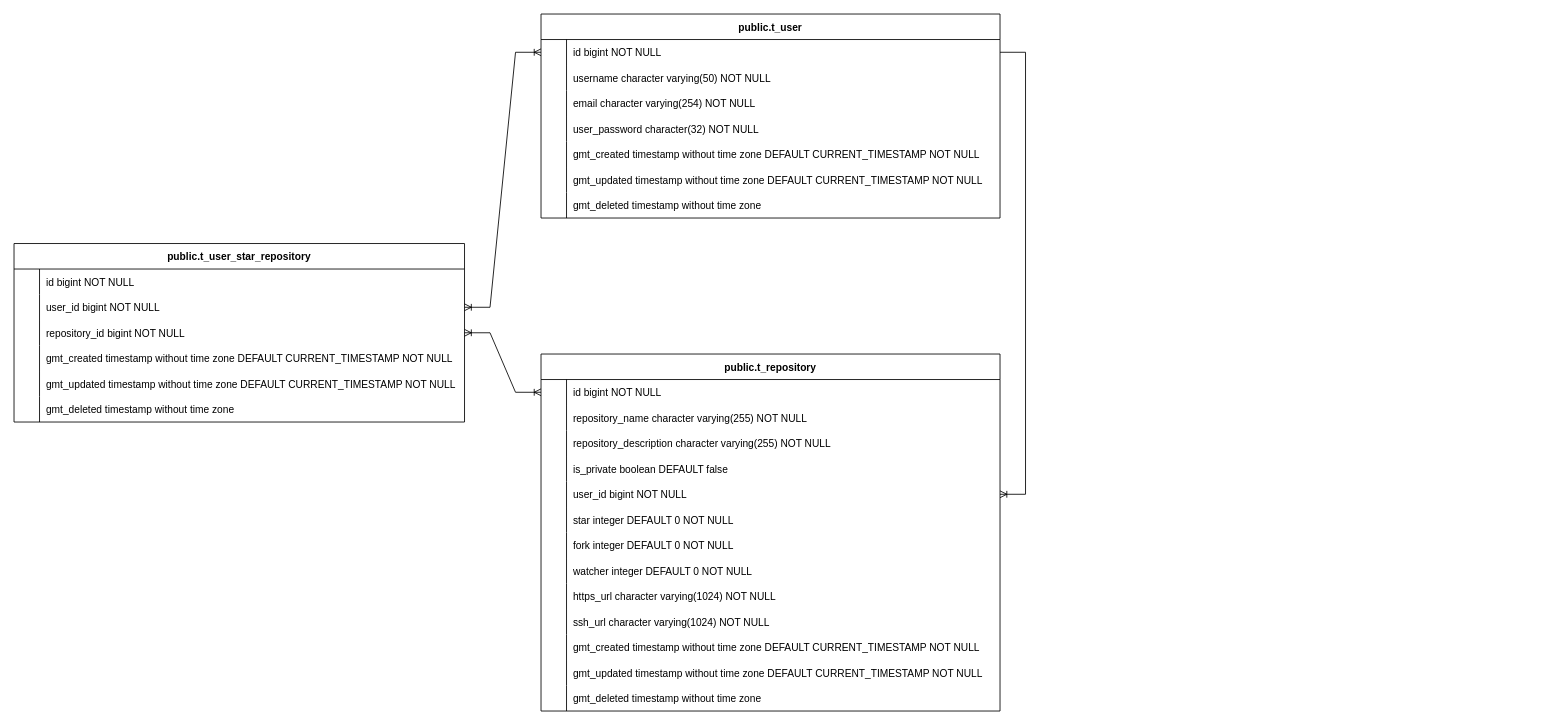
Above: database/diagram/gcs_back_end.drawio in CMIPT/gcs-back-end (draw.io), before the change. Source tidied: cells renumbered, new cells numbered last; positions are measured from the earlier drawing's top-left corner, leaving out a move shared by most shapes. Both pictures are drawn from the tidied source at 85%, with x=0, y=0 at pixel (14, 14).
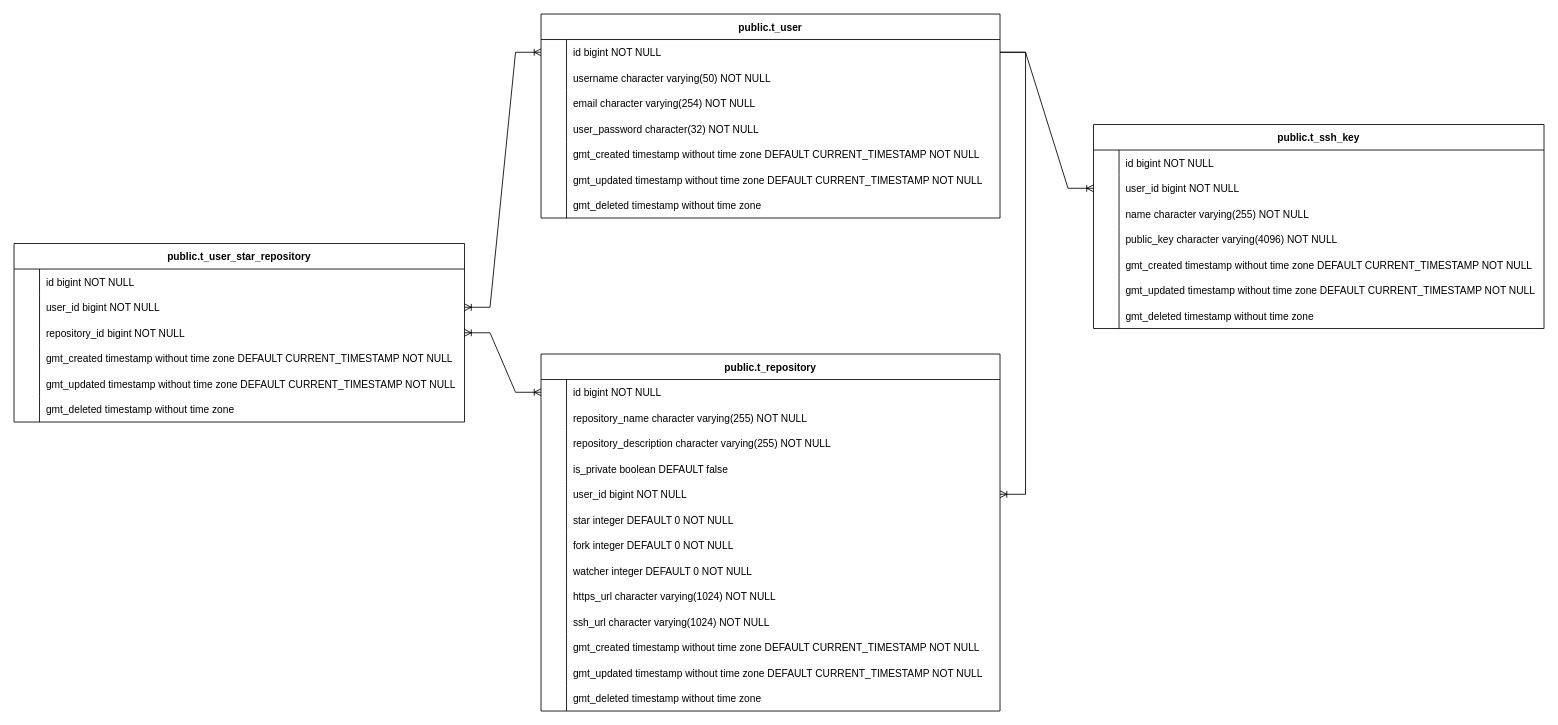
The same diagram, later.

Commit message (it also covers changes not shown here):
Add a new table to the ER diagram

We added a new table to maintain the user's key,so we added this part
to the ER diagram.
See #52.

The change refers to these unchanged cells:
```xml
<mxCell id="4" style="shape=tableRow;horizontal=0;startSize=0;swimlaneHead=0;swimlaneBody=0;fillColor=none;points=[[0,0.5],[1,0.5]];portConstraint=eastwest;strokeColor=inherit;top=0;left=0;right=0;bottom=0;" parent="3" vertex="1">
  <mxGeometry y="30" width="540" height="30" as="geometry" />
</mxCell>
```

The edit, as a diff of the source:
```diff
@@
+    <mxCell id="86" value="public.t_ssh_key" style="shape=table;startSize=30;childLayout=tableLayout;rowLines=0;fontStyle=1;align=center;" parent="1" vertex="1">
+      <mxGeometry x="1270" y="130" width="530" height="240" as="geometry" />
+    </mxCell>
+    <mxCell id="87" style="shape=tableRow;horizontal=0;startSize=0;swimlaneHead=0;swimlaneBody=0;fillColor=none;strokeColor=inherit;top=0;left=0;right=0;bottom=0;" parent="86" vertex="1">
+      <mxGeometry y="30" width="530" height="30" as="geometry" />
+    </mxCell>
+    <mxCell id="88" style="shape=partialRectangle;overflow=hidden;fillColor=none;strokeColor=inherit;top=0;left=0;bottom=0;right=0;" parent="87" vertex="1">
+      <mxGeometry width="30" height="30" as="geometry" />
+    </mxCell>
+    <mxCell id="89" value="id bigint NOT NULL" style="shape=partialRectangle;overflow=hidden;fillColor=none;align=left;strokeColor=inherit;top=0;left=0;bottom=0;right=0;spacingLeft=6;" parent="87" vertex="1">
+      <mxGeometry x="30" width="500" height="30" as="geometry" />
+    </mxCell>
+    <mxCell id="90" style="shape=tableRow;horizontal=0;startSize=0;swimlaneHead=0;swimlaneBody=0;fillColor=none;points=[[0,0.5],[1,0.5]];portConstraint=eastwest;strokeColor=inherit;top=0;left=0;right=0;bottom=0;" parent="86" vertex="1">
+      <mxGeometry y="60" width="530" height="30" as="geometry" />
+    </mxCell>
+    <mxCell id="91" style="shape=partialRectangle;overflow=hidden;fillColor=none;strokeColor=inherit;top=0;left=0;bottom=0;right=0;" parent="90" vertex="1">
+      <mxGeometry width="30" height="30" as="geometry" />
+    </mxCell>
+    <mxCell id="92" value="user_id bigint NOT NULL" style="shape=partialRectangle;overflow=hidden;fillColor=none;align=left;strokeColor=inherit;top=0;left=0;bottom=0;right=0;spacingLeft=6;" parent="90" vertex="1">
+      <mxGeometry x="30" width="500" height="30" as="geometry" />
+    </mxCell>
+    <mxCell id="93" style="shape=tableRow;horizontal=0;startSize=0;swimlaneHead=0;swimlaneBody=0;fillColor=none;strokeColor=inherit;top=0;left=0;right=0;bottom=0;" parent="86" vertex="1">
+      <mxGeometry y="90" width="530" height="30" as="geometry" />
+    </mxCell>
+    <mxCell id="94" style="shape=partialRectangle;overflow=hidden;fillColor=none;strokeColor=inherit;top=0;left=0;bottom=0;right=0;" parent="93" vertex="1">
+      <mxGeometry width="30" height="30" as="geometry" />
+    </mxCell>
+    <mxCell id="95" value="name character varying(255) NOT NULL" style="shape=partialRectangle;overflow=hidden;fillColor=none;align=left;strokeColor=inherit;top=0;left=0;bottom=0;right=0;spacingLeft=6;" parent="93" vertex="1">
+      <mxGeometry x="30" width="500" height="30" as="geometry" />
+    </mxCell>
+    <mxCell id="96" style="shape=tableRow;horizontal=0;startSize=0;swimlaneHead=0;swimlaneBody=0;fillColor=none;strokeColor=inherit;top=0;left=0;right=0;bottom=0;" parent="86" vertex="1">
+      <mxGeometry y="120" width="530" height="30" as="geometry" />
+    </mxCell>
+    <mxCell id="97" style="shape=partialRectangle;overflow=hidden;fillColor=none;strokeColor=inherit;top=0;left=0;bottom=0;right=0;" parent="96" vertex="1">
+      <mxGeometry width="30" height="30" as="geometry" />
+    </mxCell>
+    <mxCell id="98" value="public_key character varying(4096) NOT NULL" style="shape=partialRectangle;overflow=hidden;fillColor=none;align=left;strokeColor=inherit;top=0;left=0;bottom=0;right=0;spacingLeft=6;" parent="96" vertex="1">
+      <mxGeometry x="30" width="500" height="30" as="geometry" />
+    </mxCell>
+    <mxCell id="99" style="shape=tableRow;horizontal=0;startSize=0;swimlaneHead=0;swimlaneBody=0;fillColor=none;strokeColor=inherit;top=0;left=0;right=0;bottom=0;" parent="86" vertex="1">
+      <mxGeometry y="150" width="530" height="30" as="geometry" />
+    </mxCell>
+    <mxCell id="100" style="shape=partialRectangle;overflow=hidden;fillColor=none;strokeColor=inherit;top=0;left=0;bottom=0;right=0;" parent="99" vertex="1">
+      <mxGeometry width="30" height="30" as="geometry" />
+    </mxCell>
+    <mxCell id="101" value="gmt_created timestamp without time zone DEFAULT CURRENT_TIMESTAMP NOT NULL" style="shape=partialRectangle;overflow=hidden;fillColor=none;align=left;strokeColor=inherit;top=0;left=0;bottom=0;right=0;spacingLeft=6;" parent="99" vertex="1">
+      <mxGeometry x="30" width="500" height="30" as="geometry" />
+    </mxCell>
+    <mxCell id="102" style="shape=tableRow;horizontal=0;startSize=0;swimlaneHead=0;swimlaneBody=0;fillColor=none;strokeColor=inherit;top=0;left=0;right=0;bottom=0;" parent="86" vertex="1">
+      <mxGeometry y="180" width="530" height="30" as="geometry" />
+    </mxCell>
+    <mxCell id="103" style="shape=partialRectangle;overflow=hidden;fillColor=none;strokeColor=inherit;top=0;left=0;bottom=0;right=0;" parent="102" vertex="1">
+      <mxGeometry width="30" height="30" as="geometry" />
+    </mxCell>
+    <mxCell id="104" value="gmt_updated timestamp without time zone DEFAULT CURRENT_TIMESTAMP NOT NULL" style="shape=partialRectangle;overflow=hidden;fillColor=none;align=left;strokeColor=inherit;top=0;left=0;bottom=0;right=0;spacingLeft=6;" parent="102" vertex="1">
+      <mxGeometry x="30" width="500" height="30" as="geometry" />
+    </mxCell>
+    <mxCell id="105" style="shape=tableRow;horizontal=0;startSize=0;swimlaneHead=0;swimlaneBody=0;fillColor=none;strokeColor=inherit;top=0;left=0;right=0;bottom=0;" parent="86" vertex="1">
+      <mxGeometry y="210" width="530" height="30" as="geometry" />
+    </mxCell>
+    <mxCell id="106" style="shape=partialRectangle;overflow=hidden;fillColor=none;strokeColor=inherit;top=0;left=0;bottom=0;right=0;" parent="105" vertex="1">
+      <mxGeometry width="30" height="30" as="geometry" />
+    </mxCell>
+    <mxCell id="107" value="gmt_deleted timestamp without time zone" style="shape=partialRectangle;overflow=hidden;fillColor=none;align=left;strokeColor=inherit;top=0;left=0;bottom=0;right=0;spacingLeft=6;" parent="105" vertex="1">
+      <mxGeometry x="30" width="500" height="30" as="geometry" />
+    </mxCell>
+    <mxCell id="108" style="edgeStyle=entityRelationEdgeStyle;fontSize=12;html=1;endArrow=ERoneToMany;rounded=0;exitX=1;exitY=0.5;exitDx=0;exitDy=0;" parent="1" edge="1" source="4" target="90">
+      <mxGeometry relative="1" as="geometry" />
+    </mxCell>
```
